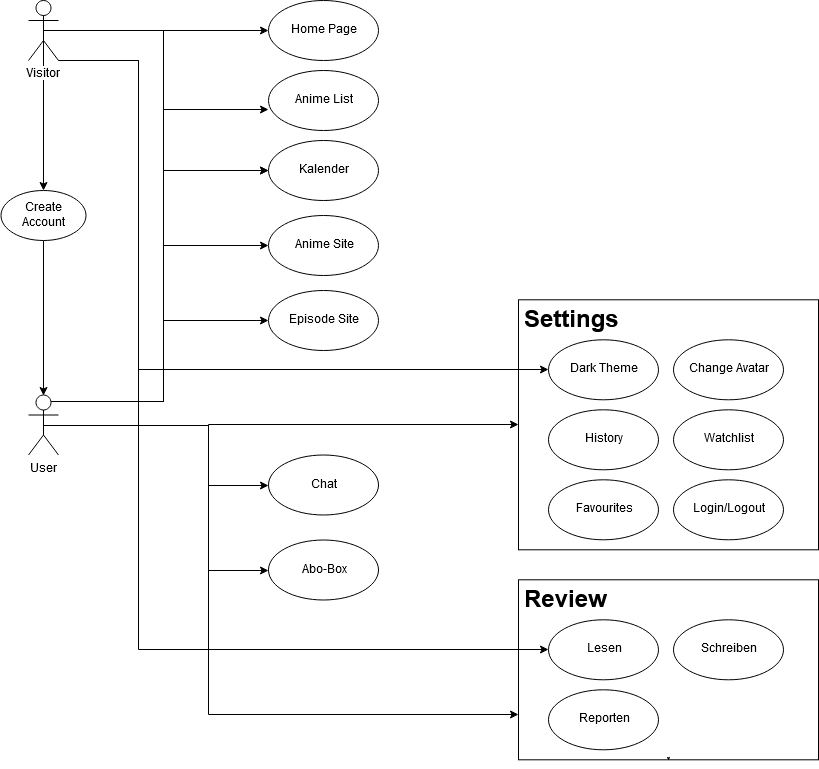
jdk-21/Aniflix-App keeps this draw.io diagram as docs/UCD_1_2.png. Above is the earlier version. Source tidied: cells renumbered, new cells last; positions are measured from the earlier drawing's top-left corner, leaving out a move shared by most shapes.
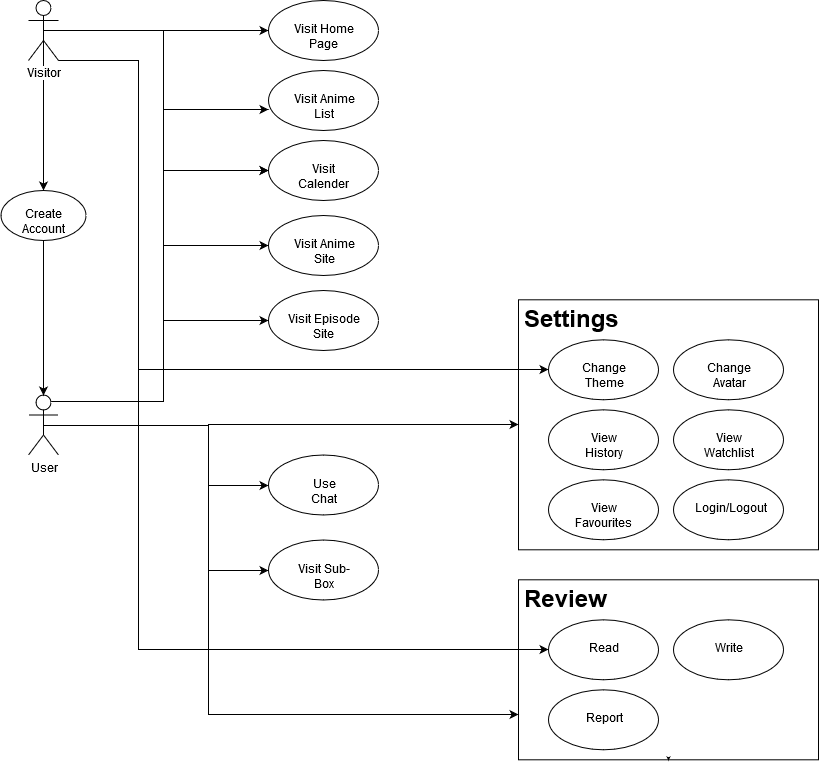
Above is the later version.

What changed in the source:
```diff
@@ -83,61 +83,61 @@
     <mxCell id="18" value="Create Account" style="ellipse;whiteSpace=wrap;html=1;" parent="1" vertex="1">
       <mxGeometry x="0.5" y="190" width="85" height="50" as="geometry" />
     </mxCell>
-    <mxCell id="19" value="Home Page" style="ellipse;whiteSpace=wrap;html=1;" parent="1" vertex="1">
+    <mxCell id="19" value="Visit Home Page" style="ellipse;whiteSpace=wrap;html=1;" parent="1" vertex="1">
       <mxGeometry x="268" width="110" height="60" as="geometry" />
     </mxCell>
-    <mxCell id="20" value="Anime List" style="ellipse;whiteSpace=wrap;html=1;" parent="1" vertex="1">
+    <mxCell id="20" value="Visit Anime List" style="ellipse;whiteSpace=wrap;html=1;" parent="1" vertex="1">
       <mxGeometry x="268" y="70" width="110" height="60" as="geometry" />
     </mxCell>
-    <mxCell id="21" value="Kalender" style="ellipse;whiteSpace=wrap;html=1;" parent="1" vertex="1">
+    <mxCell id="21" value="Visit Calender" style="ellipse;whiteSpace=wrap;html=1;" parent="1" vertex="1">
       <mxGeometry x="268" y="140" width="110" height="60" as="geometry" />
     </mxCell>
     <mxCell id="22" value="&lt;h1&gt;Settings&lt;/h1&gt;" style="text;html=1;strokeColor=#000000;fillColor=none;spacing=5;spacingTop=-20;whiteSpace=wrap;overflow=hidden;rounded=0;" parent="1" vertex="1">
       <mxGeometry x="518" y="299.3" width="300" height="250" as="geometry" />
     </mxCell>
-    <mxCell id="23" value="Dark Theme" style="ellipse;whiteSpace=wrap;html=1;strokeColor=#000000;" parent="1" vertex="1">
+    <mxCell id="23" value="Change Theme" style="ellipse;whiteSpace=wrap;html=1;strokeColor=#000000;" parent="1" vertex="1">
       <mxGeometry x="548" y="339.3" width="110" height="60" as="geometry" />
     </mxCell>
     <mxCell id="24" value="Change Avatar" style="ellipse;whiteSpace=wrap;html=1;" parent="1" vertex="1">
       <mxGeometry x="673" y="339.3" width="110" height="60" as="geometry" />
     </mxCell>
-    <mxCell id="25" value="History" style="ellipse;whiteSpace=wrap;html=1;" parent="1" vertex="1">
+    <mxCell id="25" value="View History" style="ellipse;whiteSpace=wrap;html=1;" parent="1" vertex="1">
       <mxGeometry x="548" y="409.3" width="110" height="60" as="geometry" />
     </mxCell>
-    <mxCell id="26" value="Watchlist&lt;span style=&quot;font-family: &amp;#34;helvetica&amp;#34; , &amp;#34;arial&amp;#34; , sans-serif ; font-size: 0px ; white-space: nowrap&quot;&gt;%3CmxGraphModel%3E%3Croot%3E%3CmxCell%20id%3D%220%22%2F%3E%3CmxCell%20id%3D%221%22%20parent%3D%220%22%2F%3E%3CmxCell%20id%3D%222%22%20value%3D%22%22%20style%3D%22ellipse%3BwhiteSpace%3Dwrap%3Bhtml%3D1%3B%22%20vertex%3D%221%22%20parent%3D%221%22%3E%3CmxGeometry%20x%3D%22260%22%20y%3D%22190%22%20width%3D%22110%22%20height%3D%2260%22%20as%3D%22geometry%22%2F%3E%3C%2FmxCell%3E%3C%2Froot%3E%3C%2FmxGraphModel%3E&lt;/span&gt;" style="ellipse;whiteSpace=wrap;html=1;" parent="1" vertex="1">
+    <mxCell id="26" value="View Watchlist&lt;span style=&quot;font-family: &amp;#34;helvetica&amp;#34; , &amp;#34;arial&amp;#34; , sans-serif ; font-size: 0px ; white-space: nowrap&quot;&gt;%3CmxGraphModel%3E%3Croot%3E%3CmxCell%20id%3D%220%22%2F%3E%3CmxCell%20id%3D%221%22%20parent%3D%220%22%2F%3E%3CmxCell%20id%3D%222%22%20value%3D%22%22%20style%3D%22ellipse%3BwhiteSpace%3Dwrap%3Bhtml%3D1%3B%22%20vertex%3D%221%22%20parent%3D%221%22%3E%3CmxGeometry%20x%3D%22260%22%20y%3D%22190%22%20width%3D%22110%22%20height%3D%2260%22%20as%3D%22geometry%22%2F%3E%3C%2FmxCell%3E%3C%2Froot%3E%3C%2FmxGraphModel%3E&lt;/span&gt;" style="ellipse;whiteSpace=wrap;html=1;" parent="1" vertex="1">
       <mxGeometry x="673" y="409.3" width="110" height="60" as="geometry" />
     </mxCell>
-    <mxCell id="27" value="Favourites" style="ellipse;whiteSpace=wrap;html=1;" parent="1" vertex="1">
+    <mxCell id="27" value="View Favourites" style="ellipse;whiteSpace=wrap;html=1;" parent="1" vertex="1">
       <mxGeometry x="548" y="479.3" width="110" height="60" as="geometry" />
     </mxCell>
     <mxCell id="28" value="Login/Logout" style="ellipse;whiteSpace=wrap;html=1;" parent="1" vertex="1">
       <mxGeometry x="673" y="479.3" width="110" height="60" as="geometry" />
     </mxCell>
-    <mxCell id="29" value="Chat" style="ellipse;whiteSpace=wrap;html=1;" parent="1" vertex="1">
+    <mxCell id="29" value="Use Chat" style="ellipse;whiteSpace=wrap;html=1;" parent="1" vertex="1">
       <mxGeometry x="268" y="454.5" width="110" height="60" as="geometry" />
     </mxCell>
     <mxCell id="30" value="&lt;h1&gt;Review&lt;/h1&gt;" style="text;html=1;strokeColor=#000000;fillColor=none;spacing=5;spacingTop=-20;whiteSpace=wrap;overflow=hidden;rounded=0;" parent="1" vertex="1">
       <mxGeometry x="518" y="579.3" width="300" height="180" as="geometry" />
     </mxCell>
-    <mxCell id="31" value="Reporten" style="ellipse;whiteSpace=wrap;html=1;" parent="1" vertex="1">
+    <mxCell id="31" value="Report" style="ellipse;whiteSpace=wrap;html=1;" parent="1" vertex="1">
       <mxGeometry x="548" y="689.3" width="110" height="60" as="geometry" />
     </mxCell>
-    <mxCell id="32" value="Schreiben" style="ellipse;whiteSpace=wrap;html=1;" parent="1" vertex="1">
+    <mxCell id="32" value="Write" style="ellipse;whiteSpace=wrap;html=1;" parent="1" vertex="1">
       <mxGeometry x="673" y="619.3" width="110" height="60" as="geometry" />
     </mxCell>
-    <mxCell id="33" value="Lesen" style="ellipse;whiteSpace=wrap;html=1;" parent="1" vertex="1">
+    <mxCell id="33" value="Read" style="ellipse;whiteSpace=wrap;html=1;" parent="1" vertex="1">
       <mxGeometry x="548" y="619.3" width="110" height="60" as="geometry" />
     </mxCell>
     <mxCell id="34" style="edgeStyle=orthogonalEdgeStyle;rounded=0;orthogonalLoop=1;jettySize=auto;html=1;exitX=0.5;exitY=1;exitDx=0;exitDy=0;" parent="1" edge="1" source="30" target="30">
       <mxGeometry relative="1" as="geometry" />
     </mxCell>
-    <mxCell id="35" value="Abo-Box" style="ellipse;whiteSpace=wrap;html=1;" parent="1" vertex="1">
+    <mxCell id="35" value="Visit Sub-Box" style="ellipse;whiteSpace=wrap;html=1;" parent="1" vertex="1">
       <mxGeometry x="268" y="539.5" width="110" height="60" as="geometry" />
     </mxCell>
-    <mxCell id="36" value="Episode Site" style="ellipse;whiteSpace=wrap;html=1;" parent="1" vertex="1">
+    <mxCell id="36" value="Visit Episode Site" style="ellipse;whiteSpace=wrap;html=1;" parent="1" vertex="1">
       <mxGeometry x="268" y="290" width="110" height="60" as="geometry" />
     </mxCell>
-    <mxCell id="37" value="Anime Site" style="ellipse;whiteSpace=wrap;html=1;" parent="1" vertex="1">
+    <mxCell id="37" value="Visit Anime Site" style="ellipse;whiteSpace=wrap;html=1;" parent="1" vertex="1">
       <mxGeometry x="268" y="215" width="110" height="60" as="geometry" />
     </mxCell>
   </root>
```
